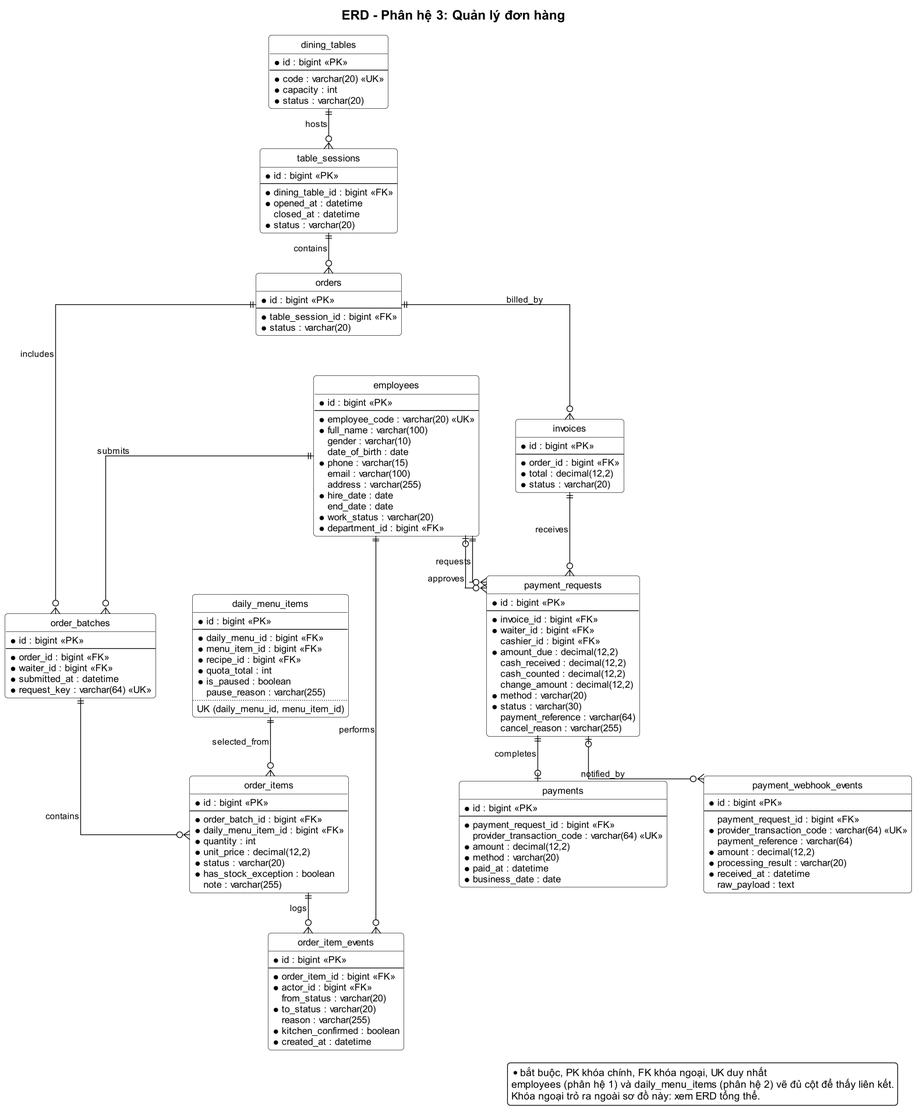
Above: docs/03-quan-ly-don-hang/erd.png in Anpham120/restaurant-management-system (PlantUML), before the change. The source it was exported from:
```plantuml
@startuml
!include ../_style.puml
hide circle
set separator none
skinparam linetype ortho
skinparam nodesep 50
skinparam ranksep 55
title ERD - Phân hệ 3: Quản lý đơn hàng

entity "dining_tables" as dining_tables {
  * id : bigint <<PK>>
  --
  * code : varchar(20) <<UK>>
  * capacity : int
  * status : varchar(20)
}

entity "table_sessions" as table_sessions {
  * id : bigint <<PK>>
  --
  * dining_table_id : bigint <<FK>>
  * opened_at : datetime
  closed_at : datetime
  * status : varchar(20)
}

entity "orders" as orders {
  * id : bigint <<PK>>
  --
  * table_session_id : bigint <<FK>>
  * status : varchar(20)
}

entity "order_batches" as order_batches {
  * id : bigint <<PK>>
  --
  * order_id : bigint <<FK>>
  * waiter_id : bigint <<FK>>
  * submitted_at : datetime
  * request_key : varchar(64) <<UK>>
}

entity "order_items" as order_items {
  * id : bigint <<PK>>
  --
  * order_batch_id : bigint <<FK>>
  * daily_menu_item_id : bigint <<FK>>
  * quantity : int
  * unit_price : decimal(12,2)
  * status : varchar(20)
  * has_stock_exception : boolean
  note : varchar(255)
}

entity "order_item_events" as order_item_events {
  * id : bigint <<PK>>
  --
  * order_item_id : bigint <<FK>>
  * actor_id : bigint <<FK>>
  from_status : varchar(20)
  * to_status : varchar(20)
  reason : varchar(255)
  * kitchen_confirmed : boolean
  * created_at : datetime
}

entity "invoices" as invoices {
  * id : bigint <<PK>>
  --
  * order_id : bigint <<FK>>
  * total : decimal(12,2)
  * status : varchar(20)
}

entity "payment_requests" as payment_requests {
  * id : bigint <<PK>>
  --
  * invoice_id : bigint <<FK>>
  * waiter_id : bigint <<FK>>
  cashier_id : bigint <<FK>>
  * amount_due : decimal(12,2)
  cash_received : decimal(12,2)
  cash_counted : decimal(12,2)
  change_amount : decimal(12,2)
  * method : varchar(20)
  * status : varchar(30)
  payment_reference : varchar(64)
  cancel_reason : varchar(255)
}

entity "payments" as payments {
  * id : bigint <<PK>>
  --
  * payment_request_id : bigint <<FK>>
  provider_transaction_code : varchar(64) <<UK>>
  * amount : decimal(12,2)
  * method : varchar(20)
  * paid_at : datetime
  * business_date : date
}

entity "payment_webhook_events" as payment_webhook_events {
  * id : bigint <<PK>>
  --
  payment_request_id : bigint <<FK>>
  * provider_transaction_code : varchar(64) <<UK>>
  payment_reference : varchar(64)
  * amount : decimal(12,2)
  * processing_result : varchar(20)
  * received_at : datetime
  raw_payload : text
}

entity "employees" as employees {
  * id : bigint <<PK>>
  --
  * employee_code : varchar(20) <<UK>>
  * full_name : varchar(100)
  gender : varchar(10)
  date_of_birth : date
  * phone : varchar(15)
  email : varchar(100)
  address : varchar(255)
  * hire_date : date
  end_date : date
  * work_status : varchar(20)
  * department_id : bigint <<FK>>
}

entity "daily_menu_items" as daily_menu_items {
  * id : bigint <<PK>>
  --
  * daily_menu_id : bigint <<FK>>
  * menu_item_id : bigint <<FK>>
  * recipe_id : bigint <<FK>>
  * quota_total : int
  * is_paused : boolean
  pause_reason : varchar(255)
  ..
  UK (daily_menu_id, menu_item_id)
}

dining_tables ||--o{ table_sessions : hosts
table_sessions ||--o{ orders : contains
orders ||--o{ order_batches : includes
order_batches ||--o{ order_items : contains
daily_menu_items ||--o{ order_items : selected_from
order_items ||--o{ order_item_events : logs
orders ||--o{ invoices : billed_by
invoices ||--o{ payment_requests : receives
payment_requests ||--o| payments : completes
payment_requests |o--o{ payment_webhook_events : notified_by
employees ||--o{ order_batches : submits
employees ||--o{ payment_requests : requests
employees |o--o{ payment_requests : approves
employees ||--o{ order_item_events : performs

legend right
  * bắt buộc, PK khóa chính, FK khóa ngoại, UK duy nhất
  employees (phân hệ 1) và daily_menu_items (phân hệ 2) vẽ đủ cột để thấy liên kết.
  Khóa ngoại trỏ ra ngoài sơ đồ này: xem ERD tổng thể.
endlegend
@enduml
```
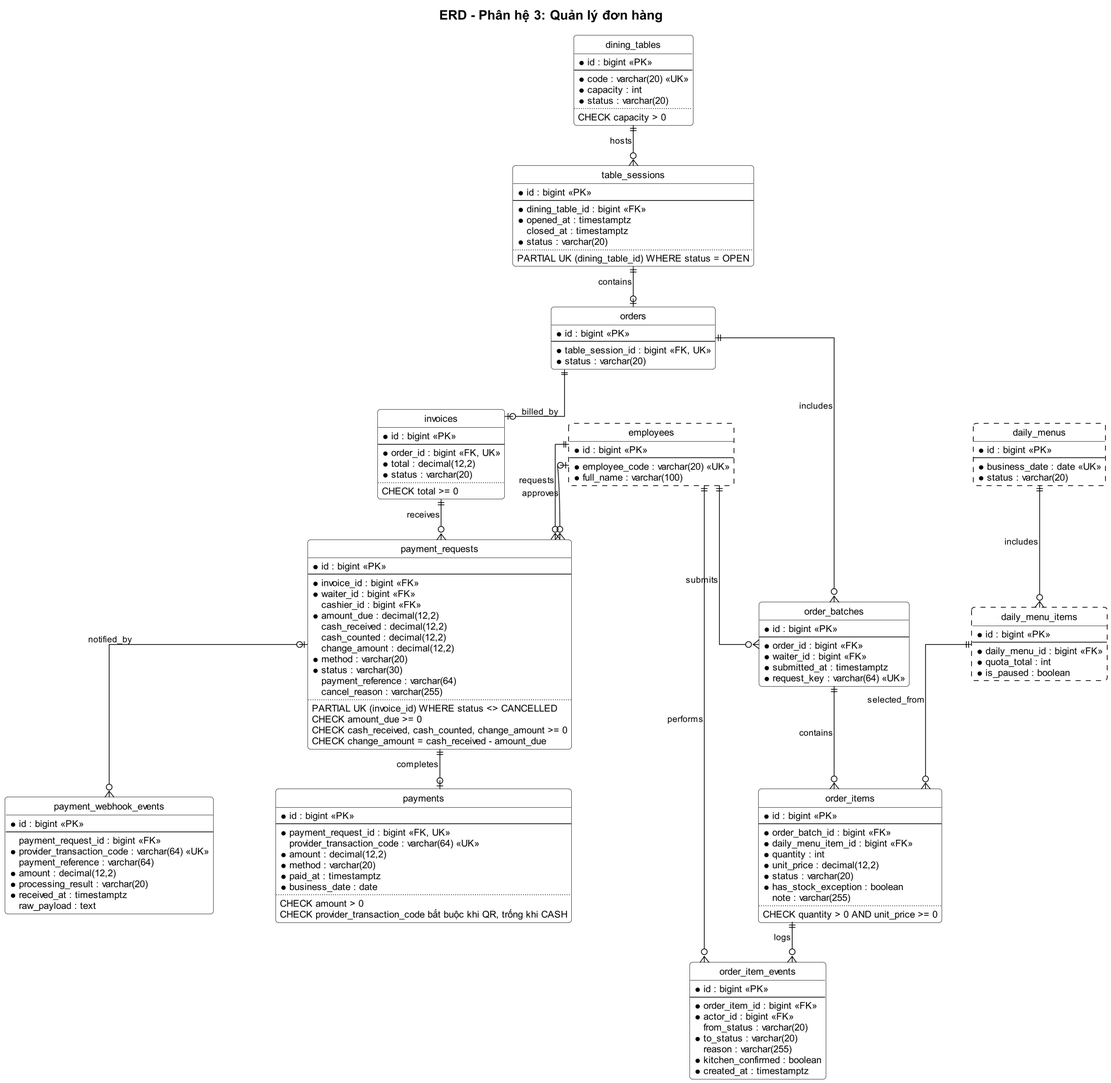
After the change.

Change to the diagram source:
```diff
@@ -3,7 +3,7 @@
 hide circle
 set separator none
 skinparam linetype ortho
-skinparam nodesep 50
+skinparam nodesep 85
 skinparam ranksep 55
 title ERD - Phân hệ 3: Quản lý đơn hàng
 
@@ -13,21 +13,25 @@
   * code : varchar(20) <<UK>>
   * capacity : int
   * status : varchar(20)
+  ..
+  CHECK capacity > 0
 }
 
 entity "table_sessions" as table_sessions {
   * id : bigint <<PK>>
   --
   * dining_table_id : bigint <<FK>>
-  * opened_at : datetime
-  closed_at : datetime
+  * opened_at : timestamptz
+  closed_at : timestamptz
   * status : varchar(20)
+  ..
+  PARTIAL UK (dining_table_id) WHERE status = OPEN
 }
 
 entity "orders" as orders {
   * id : bigint <<PK>>
   --
-  * table_session_id : bigint <<FK>>
+  * table_session_id : bigint <<FK, UK>>
   * status : varchar(20)
 }
 
@@ -36,7 +40,7 @@
   --
   * order_id : bigint <<FK>>
   * waiter_id : bigint <<FK>>
-  * submitted_at : datetime
+  * submitted_at : timestamptz
   * request_key : varchar(64) <<UK>>
 }
 
@@ -50,6 +54,8 @@
   * status : varchar(20)
   * has_stock_exception : boolean
   note : varchar(255)
+  ..
+  CHECK quantity > 0 AND unit_price >= 0
 }
 
 entity "order_item_events" as order_item_events {
@@ -61,15 +67,17 @@
   * to_status : varchar(20)
   reason : varchar(255)
   * kitchen_confirmed : boolean
-  * created_at : datetime
+  * created_at : timestamptz
 }
 
 entity "invoices" as invoices {
   * id : bigint <<PK>>
   --
-  * order_id : bigint <<FK>>
+  * order_id : bigint <<FK, UK>>
   * total : decimal(12,2)
   * status : varchar(20)
+  ..
+  CHECK total >= 0
 }
 
 entity "payment_requests" as payment_requests {
@@ -86,17 +94,25 @@
   * status : varchar(30)
   payment_reference : varchar(64)
   cancel_reason : varchar(255)
+  ..
+  PARTIAL UK (invoice_id) WHERE status <> CANCELLED
+  CHECK amount_due >= 0
+  CHECK cash_received, cash_counted, change_amount >= 0
+  CHECK change_amount = cash_received - amount_due
 }
 
 entity "payments" as payments {
   * id : bigint <<PK>>
   --
-  * payment_request_id : bigint <<FK>>
+  * payment_request_id : bigint <<FK, UK>>
   provider_transaction_code : varchar(64) <<UK>>
   * amount : decimal(12,2)
   * method : varchar(20)
-  * paid_at : datetime
+  * paid_at : timestamptz
   * business_date : date
+  ..
+  CHECK amount > 0
+  CHECK provider_transaction_code bắt buộc khi QR, trống khi CASH
 }
 
 entity "payment_webhook_events" as payment_webhook_events {
@@ -107,46 +123,39 @@
   payment_reference : varchar(64)
   * amount : decimal(12,2)
   * processing_result : varchar(20)
-  * received_at : datetime
+  * received_at : timestamptz
   raw_payload : text
 }
 
-entity "employees" as employees {
+entity "employees" as employees #line.dashed {
   * id : bigint <<PK>>
   --
   * employee_code : varchar(20) <<UK>>
   * full_name : varchar(100)
-  gender : varchar(10)
-  date_of_birth : date
-  * phone : varchar(15)
-  email : varchar(100)
-  address : varchar(255)
-  * hire_date : date
-  end_date : date
-  * work_status : varchar(20)
-  * department_id : bigint <<FK>>
 }
 
-entity "daily_menu_items" as daily_menu_items {
+entity "daily_menu_items" as daily_menu_items #line.dashed {
   * id : bigint <<PK>>
   --
   * daily_menu_id : bigint <<FK>>
-  * menu_item_id : bigint <<FK>>
-  * recipe_id : bigint <<FK>>
   * quota_total : int
   * is_paused : boolean
-  pause_reason : varchar(255)
-  ..
-  UK (daily_menu_id, menu_item_id)
+}
+
+entity "daily_menus" as daily_menus #line.dashed {
+  * id : bigint <<PK>>
+  --
+  * business_date : date <<UK>>
+  * status : varchar(20)
 }
 
 dining_tables ||--o{ table_sessions : hosts
-table_sessions ||--o{ orders : contains
+table_sessions ||--o| orders : contains
 orders ||--o{ order_batches : includes
 order_batches ||--o{ order_items : contains
 daily_menu_items ||--o{ order_items : selected_from
 order_items ||--o{ order_item_events : logs
-orders ||--o{ invoices : billed_by
+orders ||--o| invoices : billed_by
 invoices ||--o{ payment_requests : receives
 payment_requests ||--o| payments : completes
 payment_requests |o--o{ payment_webhook_events : notified_by
@@ -154,10 +163,5 @@
 employees ||--o{ payment_requests : requests
 employees |o--o{ payment_requests : approves
 employees ||--o{ order_item_events : performs
-
-legend right
-  * bắt buộc, PK khóa chính, FK khóa ngoại, UK duy nhất
-  employees (phân hệ 1) và daily_menu_items (phân hệ 2) vẽ đủ cột để thấy liên kết.
-  Khóa ngoại trỏ ra ngoài sơ đồ này: xem ERD tổng thể.
-endlegend
+daily_menus ||--o{ daily_menu_items : includes
 @enduml
```
